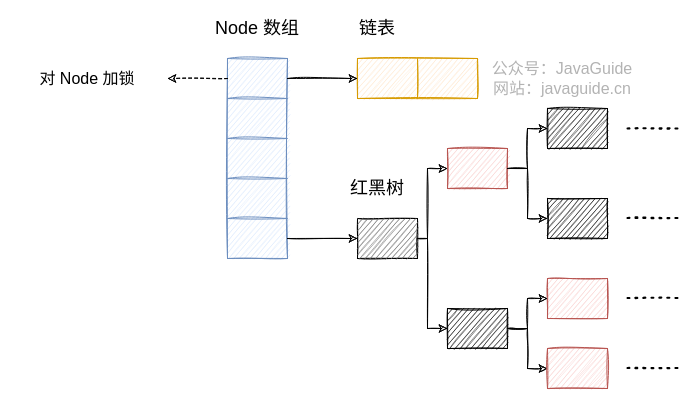
Snailclimb/JavaGuide keeps this draw.io diagram as docs/java/collection/images/java8_concurrenthashmap.drawio. Above is the earlier version. Source tidied: cells renumbered, new cells numbered last; positions are measured from the earlier drawing's top-left corner, leaving out a move shared by most shapes. Both pictures are drawn from the tidied source at 100%, with x=0, y=0 at pixel (17, 18).
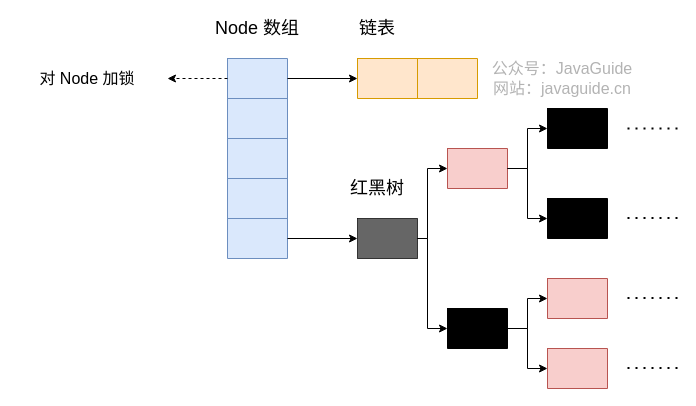
Above is the later version.

The edit, as a diff of the source:
```diff
@@
-    <mxCell id="2" style="shape=table;html=1;whiteSpace=wrap;startSize=0;childLayout=tableLayout;sketch=1;fillColor=#dae8fc;strokeColor=#6c8ebf;rounded=1;" parent="1" vertex="1">
+    <mxCell id="2" style="shape=table;html=1;whiteSpace=wrap;startSize=0;childLayout=tableLayout;sketch=0;fillColor=#dae8fc;strokeColor=#6c8ebf;rounded=1;" parent="1" vertex="1">
       <mxGeometry x="210" y="40" width="60" height="200" as="geometry" />
     </mxCell>
-    <mxCell id="3" style="shape=partialRectangle;html=1;whiteSpace=wrap;fillColor=none;top=0;left=0;bottom=0;right=0;points=[[0,0.5],[1,0.5]];portConstraint=eastwest;sketch=1;" parent="2" vertex="1">
+    <mxCell id="3" style="shape=partialRectangle;html=1;whiteSpace=wrap;fillColor=none;top=0;left=0;bottom=0;right=0;points=[[0,0.5],[1,0.5]];portConstraint=eastwest;sketch=0;" parent="2" vertex="1">
       <mxGeometry width="60" height="40" as="geometry" />
     </mxCell>
-    <mxCell id="4" style="shape=partialRectangle;html=1;whiteSpace=wrap;overflow=hidden;fillColor=none;top=0;left=0;bottom=0;right=0;sketch=1;" parent="3" vertex="1">
+    <mxCell id="4" style="shape=partialRectangle;html=1;whiteSpace=wrap;overflow=hidden;fillColor=none;top=0;left=0;bottom=0;right=0;sketch=0;" parent="3" vertex="1">
       <mxGeometry width="60" height="40" as="geometry" />
     </mxCell>
-    <mxCell id="5" style="shape=partialRectangle;html=1;whiteSpace=wrap;fillColor=none;top=0;left=0;bottom=0;right=0;sketch=1;" parent="2" vertex="1">
+    <mxCell id="5" style="shape=partialRectangle;html=1;whiteSpace=wrap;fillColor=none;top=0;left=0;bottom=0;right=0;sketch=0;" parent="2" vertex="1">
       <mxGeometry y="40" width="60" height="40" as="geometry" />
     </mxCell>
-    <mxCell id="6" style="shape=partialRectangle;html=1;whiteSpace=wrap;overflow=hidden;fillColor=none;top=0;left=0;bottom=0;right=0;sketch=1;" parent="5" vertex="1">
+    <mxCell id="6" style="shape=partialRectangle;html=1;whiteSpace=wrap;overflow=hidden;fillColor=none;top=0;left=0;bottom=0;right=0;sketch=0;" parent="5" vertex="1">
       <mxGeometry width="60" height="40" as="geometry" />
     </mxCell>
-    <mxCell id="7" style="shape=partialRectangle;html=1;whiteSpace=wrap;fillColor=none;top=0;left=0;bottom=0;right=0;sketch=1;" parent="2" vertex="1">
+    <mxCell id="7" style="shape=partialRectangle;html=1;whiteSpace=wrap;fillColor=none;top=0;left=0;bottom=0;right=0;sketch=0;" parent="2" vertex="1">
       <mxGeometry y="80" width="60" height="40" as="geometry" />
     </mxCell>
-    <mxCell id="8" style="shape=partialRectangle;html=1;whiteSpace=wrap;overflow=hidden;fillColor=none;top=0;left=0;bottom=0;right=0;sketch=1;" parent="7" vertex="1">
+    <mxCell id="8" style="shape=partialRectangle;html=1;whiteSpace=wrap;overflow=hidden;fillColor=none;top=0;left=0;bottom=0;right=0;sketch=0;" parent="7" vertex="1">
       <mxGeometry width="60" height="40" as="geometry" />
     </mxCell>
-    <mxCell id="9" style="shape=partialRectangle;html=1;whiteSpace=wrap;fillColor=none;top=0;left=0;bottom=0;right=0;sketch=1;" parent="2" vertex="1">
+    <mxCell id="9" style="shape=partialRectangle;html=1;whiteSpace=wrap;fillColor=none;top=0;left=0;bottom=0;right=0;sketch=0;" parent="2" vertex="1">
       <mxGeometry y="120" width="60" height="40" as="geometry" />
     </mxCell>
-    <mxCell id="10" style="shape=partialRectangle;html=1;whiteSpace=wrap;overflow=hidden;fillColor=none;top=0;left=0;bottom=0;right=0;sketch=1;" parent="9" vertex="1">
+    <mxCell id="10" style="shape=partialRectangle;html=1;whiteSpace=wrap;overflow=hidden;fillColor=none;top=0;left=0;bottom=0;right=0;sketch=0;" parent="9" vertex="1">
       <mxGeometry width="60" height="40" as="geometry" />
     </mxCell>
-    <mxCell id="11" style="shape=partialRectangle;html=1;whiteSpace=wrap;fillColor=none;top=0;left=0;bottom=0;right=0;points=[[0,0.5],[1,0.5]];portConstraint=eastwest;sketch=1;" parent="2" vertex="1">
+    <mxCell id="11" style="shape=partialRectangle;html=1;whiteSpace=wrap;fillColor=none;top=0;left=0;bottom=0;right=0;points=[[0,0.5],[1,0.5]];portConstraint=eastwest;sketch=0;" parent="2" vertex="1">
       <mxGeometry y="160" width="60" height="40" as="geometry" />
     </mxCell>
-    <mxCell id="12" style="shape=partialRectangle;html=1;whiteSpace=wrap;overflow=hidden;fillColor=none;top=0;left=0;bottom=0;right=0;sketch=1;" parent="11" vertex="1">
+    <mxCell id="12" style="shape=partialRectangle;html=1;whiteSpace=wrap;overflow=hidden;fillColor=none;top=0;left=0;bottom=0;right=0;sketch=0;" parent="11" vertex="1">
       <mxGeometry width="60" height="40" as="geometry" />
     </mxCell>
-    <mxCell id="13" value="&lt;font style=&quot;font-size: 18px&quot;&gt;Node 数组&lt;/font&gt;" style="text;html=1;strokeColor=none;fillColor=none;align=center;verticalAlign=middle;whiteSpace=wrap;rounded=0;sketch=1;" parent="1" vertex="1">
+    <mxCell id="13" value="&lt;font style=&quot;font-size: 18px&quot;&gt;Node 数组&lt;/font&gt;" style="text;html=1;strokeColor=none;fillColor=none;align=center;verticalAlign=middle;whiteSpace=wrap;rounded=0;sketch=0;" parent="1" vertex="1">
       <mxGeometry x="180" width="120" height="20" as="geometry" />
     </mxCell>
-    <mxCell id="14" style="shape=table;html=1;whiteSpace=wrap;startSize=0;childLayout=tableLayout;rounded=1;strokeColor=#d79b00;fillColor=#ffe6cc;sketch=1;" parent="1" vertex="1">
+    <mxCell id="14" style="shape=table;html=1;whiteSpace=wrap;startSize=0;childLayout=tableLayout;rounded=1;strokeColor=#d79b00;fillColor=#ffe6cc;sketch=0;" parent="1" vertex="1">
       <mxGeometry x="340" y="40" width="120" height="40" as="geometry" />
     </mxCell>
-    <mxCell id="15" style="shape=partialRectangle;html=1;whiteSpace=wrap;fillColor=none;top=0;left=0;bottom=0;right=0;points=[[0,0.5],[1,0.5]];portConstraint=eastwest;sketch=1;" parent="14" vertex="1">
+    <mxCell id="15" style="shape=partialRectangle;html=1;whiteSpace=wrap;fillColor=none;top=0;left=0;bottom=0;right=0;points=[[0,0.5],[1,0.5]];portConstraint=eastwest;sketch=0;" parent="14" vertex="1">
       <mxGeometry width="120" height="40" as="geometry" />
     </mxCell>
-    <mxCell id="16" style="shape=partialRectangle;html=1;whiteSpace=wrap;overflow=hidden;fillColor=none;top=0;left=0;bottom=0;right=0;sketch=1;" parent="15" vertex="1">
+    <mxCell id="16" style="shape=partialRectangle;html=1;whiteSpace=wrap;overflow=hidden;fillColor=none;top=0;left=0;bottom=0;right=0;sketch=0;" parent="15" vertex="1">
       <mxGeometry width="60" height="40" as="geometry" />
     </mxCell>
-    <mxCell id="17" style="shape=partialRectangle;html=1;whiteSpace=wrap;overflow=hidden;fillColor=none;top=0;left=0;bottom=0;right=0;sketch=1;" parent="15" vertex="1">
+    <mxCell id="17" style="shape=partialRectangle;html=1;whiteSpace=wrap;overflow=hidden;fillColor=none;top=0;left=0;bottom=0;right=0;sketch=0;" parent="15" vertex="1">
       <mxGeometry x="60" width="60" height="40" as="geometry" />
     </mxCell>
-    <mxCell id="18" style="edgeStyle=orthogonalEdgeStyle;rounded=0;jettySize=auto;html=1;entryX=0;entryY=0.5;entryDx=0;entryDy=0;sketch=1;" parent="1" edge="1" source="3" target="15">
+    <mxCell id="18" style="edgeStyle=orthogonalEdgeStyle;rounded=0;jettySize=auto;html=1;entryX=0;entryY=0.5;entryDx=0;entryDy=0;sketch=0;" parent="1" edge="1" source="3" target="15">
       <mxGeometry relative="1" as="geometry" />
     </mxCell>
-    <mxCell id="19" style="shape=table;html=1;whiteSpace=wrap;startSize=0;childLayout=tableLayout;rounded=1;fillColor=#f5f5f5;sketch=1;fontColor=#333333;" parent="1" vertex="1">
+    <mxCell id="19" style="shape=table;html=1;whiteSpace=wrap;startSize=0;childLayout=tableLayout;rounded=1;fillColor=#f5f5f5;sketch=0;fontColor=#333333;" parent="1" vertex="1">
       <mxGeometry x="340" y="200" width="60" height="40" as="geometry" />
     </mxCell>
-    <mxCell id="20" style="shape=partialRectangle;html=1;whiteSpace=wrap;fillColor=none;top=0;left=0;bottom=0;right=0;points=[[0,0.5],[1,0.5]];portConstraint=eastwest;sketch=1;" parent="19" vertex="1">
+    <mxCell id="20" style="shape=partialRectangle;html=1;whiteSpace=wrap;fillColor=none;top=0;left=0;bottom=0;right=0;points=[[0,0.5],[1,0.5]];portConstraint=eastwest;sketch=0;" parent="19" vertex="1">
       <mxGeometry width="60" height="40" as="geometry" />
     </mxCell>
-    <mxCell id="21" style="shape=partialRectangle;html=1;whiteSpace=wrap;overflow=hidden;top=0;left=0;bottom=0;right=0;sketch=1;fillColor=#666666;" parent="20" vertex="1">
+    <mxCell id="21" style="shape=partialRectangle;html=1;whiteSpace=wrap;overflow=hidden;top=0;left=0;bottom=0;right=0;sketch=0;fillColor=#666666;" parent="20" vertex="1">
       <mxGeometry width="60" height="40" as="geometry" />
     </mxCell>
-    <mxCell id="22" style="edgeStyle=orthogonalEdgeStyle;rounded=0;jettySize=auto;html=1;sketch=1;" parent="1" edge="1" source="11" target="19">
+    <mxCell id="22" style="edgeStyle=orthogonalEdgeStyle;rounded=0;jettySize=auto;html=1;sketch=0;" parent="1" edge="1" source="11" target="19">
       <mxGeometry relative="1" as="geometry" />
     </mxCell>
-    <mxCell id="23" value="&lt;font style=&quot;font-size: 18px&quot;&gt;链表&lt;/font&gt;" style="text;html=1;strokeColor=none;fillColor=none;align=center;verticalAlign=middle;whiteSpace=wrap;rounded=0;sketch=1;" parent="1" vertex="1">
+    <mxCell id="23" value="&lt;font style=&quot;font-size: 18px&quot;&gt;链表&lt;/font&gt;" style="text;html=1;strokeColor=none;fillColor=none;align=center;verticalAlign=middle;whiteSpace=wrap;rounded=0;sketch=0;" parent="1" vertex="1">
       <mxGeometry x="340" width="40" height="20" as="geometry" />
     </mxCell>
-    <mxCell id="24" value="公众号：JavaGuide&lt;br style=&quot;font-size: 16px;&quot;&gt;网站：javaguide.cn" style="text;html=1;strokeColor=none;fillColor=none;align=center;verticalAlign=middle;whiteSpace=wrap;rounded=0;labelBackgroundColor=none;fontSize=16;fontColor=#B3B3B3;rotation=0;sketch=1;shadow=0;" parent="1" vertex="1">
+    <mxCell id="24" value="公众号：JavaGuide&lt;br style=&quot;font-size: 16px;&quot;&gt;网站：javaguide.cn" style="text;html=1;strokeColor=none;fillColor=none;align=center;verticalAlign=middle;whiteSpace=wrap;rounded=0;labelBackgroundColor=none;fontSize=16;fontColor=#B3B3B3;rotation=0;sketch=0;shadow=0;" parent="1" vertex="1">
       <mxGeometry x="460" y="55" width="170" height="10" as="geometry" />
     </mxCell>
-    <mxCell id="25" style="shape=table;html=1;whiteSpace=wrap;startSize=0;childLayout=tableLayout;rounded=1;sketch=1;fillColor=#000000;" parent="1" vertex="1">
+    <mxCell id="25" style="shape=table;html=1;whiteSpace=wrap;startSize=0;childLayout=tableLayout;rounded=1;sketch=0;fillColor=#000000;" parent="1" vertex="1">
       <mxGeometry x="530" y="180" width="60" height="40" as="geometry" />
     </mxCell>
-    <mxCell id="26" style="shape=partialRectangle;html=1;whiteSpace=wrap;fillColor=none;top=0;left=0;bottom=0;right=0;points=[[0,0.5],[1,0.5]];portConstraint=eastwest;sketch=1;" parent="25" vertex="1">
+    <mxCell id="26" style="shape=partialRectangle;html=1;whiteSpace=wrap;fillColor=none;top=0;left=0;bottom=0;right=0;points=[[0,0.5],[1,0.5]];portConstraint=eastwest;sketch=0;" parent="25" vertex="1">
       <mxGeometry width="60" height="40" as="geometry" />
     </mxCell>
-    <mxCell id="27" style="shape=partialRectangle;html=1;whiteSpace=wrap;overflow=hidden;fillColor=none;top=0;left=0;bottom=0;right=0;sketch=1;" parent="26" vertex="1">
+    <mxCell id="27" style="shape=partialRectangle;html=1;whiteSpace=wrap;overflow=hidden;fillColor=none;top=0;left=0;bottom=0;right=0;sketch=0;" parent="26" vertex="1">
       <mxGeometry width="60" height="40" as="geometry" />
     </mxCell>
-    <mxCell id="28" style="shape=table;html=1;whiteSpace=wrap;startSize=0;childLayout=tableLayout;rounded=1;strokeColor=#b85450;fillColor=#f8cecc;sketch=1;" parent="1" vertex="1">
+    <mxCell id="28" style="shape=table;html=1;whiteSpace=wrap;startSize=0;childLayout=tableLayout;rounded=1;strokeColor=#b85450;fillColor=#f8cecc;sketch=0;" parent="1" vertex="1">
       <mxGeometry x="530" y="260" width="60" height="40" as="geometry" />
     </mxCell>
-    <mxCell id="29" style="shape=partialRectangle;html=1;whiteSpace=wrap;fillColor=none;top=0;left=0;bottom=0;right=0;points=[[0,0.5],[1,0.5]];portConstraint=eastwest;sketch=1;" parent="28" vertex="1">
+    <mxCell id="29" style="shape=partialRectangle;html=1;whiteSpace=wrap;fillColor=none;top=0;left=0;bottom=0;right=0;points=[[0,0.5],[1,0.5]];portConstraint=eastwest;sketch=0;" parent="28" vertex="1">
       <mxGeometry width="60" height="40" as="geometry" />
     </mxCell>
-    <mxCell id="30" style="shape=partialRectangle;html=1;whiteSpace=wrap;overflow=hidden;fillColor=none;top=0;left=0;bottom=0;right=0;sketch=1;" parent="29" vertex="1">
+    <mxCell id="30" style="shape=partialRectangle;html=1;whiteSpace=wrap;overflow=hidden;fillColor=none;top=0;left=0;bottom=0;right=0;sketch=0;" parent="29" vertex="1">
       <mxGeometry width="60" height="40" as="geometry" />
     </mxCell>
-    <mxCell id="31" style="shape=table;html=1;whiteSpace=wrap;startSize=0;childLayout=tableLayout;rounded=1;sketch=1;fillColor=#000000;" parent="1" vertex="1">
+    <mxCell id="31" style="shape=table;html=1;whiteSpace=wrap;startSize=0;childLayout=tableLayout;rounded=1;sketch=0;fillColor=#000000;" parent="1" vertex="1">
       <mxGeometry x="430" y="290" width="60" height="40" as="geometry" />
     </mxCell>
-    <mxCell id="32" style="shape=partialRectangle;html=1;whiteSpace=wrap;fillColor=none;top=0;left=0;bottom=0;right=0;points=[[0,0.5],[1,0.5]];portConstraint=eastwest;sketch=1;" parent="31" vertex="1">
+    <mxCell id="32" style="shape=partialRectangle;html=1;whiteSpace=wrap;fillColor=none;top=0;left=0;bottom=0;right=0;points=[[0,0.5],[1,0.5]];portConstraint=eastwest;sketch=0;" parent="31" vertex="1">
       <mxGeometry width="60" height="40" as="geometry" />
     </mxCell>
-    <mxCell id="33" style="shape=partialRectangle;html=1;whiteSpace=wrap;overflow=hidden;fillColor=none;top=0;left=0;bottom=0;right=0;sketch=1;" parent="32" vertex="1">
+    <mxCell id="33" style="shape=partialRectangle;html=1;whiteSpace=wrap;overflow=hidden;fillColor=none;top=0;left=0;bottom=0;right=0;sketch=0;" parent="32" vertex="1">
       <mxGeometry width="60" height="40" as="geometry" />
     </mxCell>
-    <mxCell id="34" style="shape=table;html=1;whiteSpace=wrap;startSize=0;childLayout=tableLayout;rounded=1;strokeColor=#000000;sketch=1;fontColor=#333333;fillColor=#000000;" parent="1" vertex="1">
+    <mxCell id="34" style="shape=table;html=1;whiteSpace=wrap;startSize=0;childLayout=tableLayout;rounded=1;strokeColor=#000000;sketch=0;fontColor=#333333;fillColor=#000000;" parent="1" vertex="1">
       <mxGeometry x="530" y="90" width="60" height="40" as="geometry" />
     </mxCell>
-    <mxCell id="35" style="shape=partialRectangle;html=1;whiteSpace=wrap;fillColor=none;top=0;left=0;bottom=0;right=0;points=[[0,0.5],[1,0.5]];portConstraint=eastwest;sketch=1;" parent="34" vertex="1">
+    <mxCell id="35" style="shape=partialRectangle;html=1;whiteSpace=wrap;fillColor=none;top=0;left=0;bottom=0;right=0;points=[[0,0.5],[1,0.5]];portConstraint=eastwest;sketch=0;" parent="34" vertex="1">
       <mxGeometry width="60" height="40" as="geometry" />
     </mxCell>
-    <mxCell id="36" style="shape=partialRectangle;html=1;whiteSpace=wrap;overflow=hidden;fillColor=none;top=0;left=0;bottom=0;right=0;sketch=1;" parent="35" vertex="1">
+    <mxCell id="36" style="shape=partialRectangle;html=1;whiteSpace=wrap;overflow=hidden;fillColor=none;top=0;left=0;bottom=0;right=0;sketch=0;" parent="35" vertex="1">
       <mxGeometry width="60" height="40" as="geometry" />
     </mxCell>
-    <mxCell id="37" style="endArrow=none;dashed=1;html=1;dashPattern=1 3;strokeWidth=2;sketch=1;" parent="1" edge="1">
+    <mxCell id="37" style="endArrow=none;dashed=1;html=1;dashPattern=1 3;strokeWidth=2;sketch=0;" parent="1" edge="1">
       <mxGeometry relative="1" as="geometry">
         <mxPoint x="610" y="110" as="sourcePoint" />
         <mxPoint x="660" y="110" as="targetPoint" />
       </mxGeometry>
     </mxCell>
-    <mxCell id="38" style="endArrow=none;dashed=1;html=1;dashPattern=1 3;strokeWidth=2;sketch=1;" parent="1" edge="1">
+    <mxCell id="38" style="endArrow=none;dashed=1;html=1;dashPattern=1 3;strokeWidth=2;sketch=0;" parent="1" edge="1">
       <mxGeometry relative="1" as="geometry">
         <mxPoint x="610" y="199.5" as="sourcePoint" />
         <mxPoint x="660" y="199.5" as="targetPoint" />
       </mxGeometry>
     </mxCell>
-    <mxCell id="39" style="endArrow=none;dashed=1;html=1;dashPattern=1 3;strokeWidth=2;sketch=1;" parent="1" edge="1">
+    <mxCell id="39" style="endArrow=none;dashed=1;html=1;dashPattern=1 3;strokeWidth=2;sketch=0;" parent="1" edge="1">
       <mxGeometry relative="1" as="geometry">
         <mxPoint x="610" y="279.5" as="sourcePoint" />
         <mxPoint x="660" y="279.5" as="targetPoint" />
       </mxGeometry>
     </mxCell>
-    <mxCell id="40" style="endArrow=none;dashed=1;html=1;dashPattern=1 3;strokeWidth=2;sketch=1;" parent="1" edge="1">
+    <mxCell id="40" style="endArrow=none;dashed=1;html=1;dashPattern=1 3;strokeWidth=2;sketch=0;" parent="1" edge="1">
       <mxGeometry relative="1" as="geometry">
         <mxPoint x="610" y="349.5" as="sourcePoint" />
         <mxPoint x="660" y="349.5" as="targetPoint" />
       </mxGeometry>
     </mxCell>
-    <mxCell id="41" style="edgeStyle=orthogonalEdgeStyle;rounded=0;jettySize=auto;html=1;entryX=0;entryY=0.5;entryDx=0;entryDy=0;sketch=1;" parent="1" edge="1" source="20" target="44">
+    <mxCell id="41" style="edgeStyle=orthogonalEdgeStyle;rounded=0;jettySize=auto;html=1;entryX=0;entryY=0.5;entryDx=0;entryDy=0;sketch=0;" parent="1" edge="1" source="20" target="44">
       <mxGeometry relative="1" as="geometry">
         <Array as="points">
           <mxPoint x="410" y="220" />
           <mxPoint x="410" y="150" />
         </Array>
       </mxGeometry>
     </mxCell>
-    <mxCell id="42" style="edgeStyle=orthogonalEdgeStyle;rounded=0;jettySize=auto;html=1;entryX=0;entryY=0.5;entryDx=0;entryDy=0;sketch=1;" parent="1" edge="1" source="20" target="31">
+    <mxCell id="42" style="edgeStyle=orthogonalEdgeStyle;rounded=0;jettySize=auto;html=1;entryX=0;entryY=0.5;entryDx=0;entryDy=0;sketch=0;" parent="1" edge="1" source="20" target="31">
       <mxGeometry relative="1" as="geometry">
         <Array as="points">
           <mxPoint x="410" y="220" />
           <mxPoint x="410" y="310" />
         </Array>
       </mxGeometry>
     </mxCell>
-    <mxCell id="43" style="shape=table;html=1;whiteSpace=wrap;startSize=0;childLayout=tableLayout;rounded=1;strokeColor=#b85450;fillColor=#f8cecc;sketch=1;" parent="1" vertex="1">
+    <mxCell id="43" style="shape=table;html=1;whiteSpace=wrap;startSize=0;childLayout=tableLayout;rounded=1;strokeColor=#b85450;fillColor=#f8cecc;sketch=0;" parent="1" vertex="1">
       <mxGeometry x="430" y="130" width="60" height="40" as="geometry" />
     </mxCell>
-    <mxCell id="44" style="shape=partialRectangle;html=1;whiteSpace=wrap;fillColor=none;top=0;left=0;bottom=0;right=0;points=[[0,0.5],[1,0.5]];portConstraint=eastwest;sketch=1;" parent="43" vertex="1">
+    <mxCell id="44" style="shape=partialRectangle;html=1;whiteSpace=wrap;fillColor=none;top=0;left=0;bottom=0;right=0;points=[[0,0.5],[1,0.5]];portConstraint=eastwest;sketch=0;" parent="43" vertex="1">
       <mxGeometry width="60" height="40" as="geometry" />
     </mxCell>
-    <mxCell id="45" style="shape=partialRectangle;html=1;whiteSpace=wrap;overflow=hidden;fillColor=none;top=0;left=0;bottom=0;right=0;sketch=1;" parent="44" vertex="1">
+    <mxCell id="45" style="shape=partialRectangle;html=1;whiteSpace=wrap;overflow=hidden;fillColor=none;top=0;left=0;bottom=0;right=0;sketch=0;" parent="44" vertex="1">
       <mxGeometry width="60" height="40" as="geometry" />
     </mxCell>
-    <mxCell id="46" style="edgeStyle=orthogonalEdgeStyle;rounded=0;jettySize=auto;html=1;entryX=0;entryY=0.5;entryDx=0;entryDy=0;sketch=1;" parent="1" edge="1" source="44" target="35">
+    <mxCell id="46" style="edgeStyle=orthogonalEdgeStyle;rounded=0;jettySize=auto;html=1;entryX=0;entryY=0.5;entryDx=0;entryDy=0;sketch=0;" parent="1" edge="1" source="44" target="35">
       <mxGeometry relative="1" as="geometry" />
     </mxCell>
-    <mxCell id="47" style="edgeStyle=orthogonalEdgeStyle;rounded=0;jettySize=auto;html=1;sketch=1;" parent="1" edge="1" source="44" target="26">
+    <mxCell id="47" style="edgeStyle=orthogonalEdgeStyle;rounded=0;jettySize=auto;html=1;sketch=0;" parent="1" edge="1" source="44" target="26">
       <mxGeometry relative="1" as="geometry" />
     </mxCell>
-    <mxCell id="48" style="edgeStyle=orthogonalEdgeStyle;rounded=0;jettySize=auto;html=1;entryX=0;entryY=0.5;entryDx=0;entryDy=0;sketch=1;" parent="1" edge="1" source="32" target="29">
+    <mxCell id="48" style="edgeStyle=orthogonalEdgeStyle;rounded=0;jettySize=auto;html=1;entryX=0;entryY=0.5;entryDx=0;entryDy=0;sketch=0;" parent="1" edge="1" source="32" target="29">
       <mxGeometry relative="1" as="geometry">
         <Array as="points">
           <mxPoint x="510" y="310" />
           <mxPoint x="510" y="280" />
         </Array>
       </mxGeometry>
     </mxCell>
-    <mxCell id="49" style="edgeStyle=orthogonalEdgeStyle;rounded=0;jettySize=auto;html=1;sketch=1;" parent="1" edge="1" source="32" target="51">
+    <mxCell id="49" style="edgeStyle=orthogonalEdgeStyle;rounded=0;jettySize=auto;html=1;sketch=0;" parent="1" edge="1" source="32" target="51">
       <mxGeometry relative="1" as="geometry" />
     </mxCell>
-    <mxCell id="50" style="shape=table;html=1;whiteSpace=wrap;startSize=0;childLayout=tableLayout;rounded=1;strokeColor=#b85450;fillColor=#f8cecc;sketch=1;" parent="1" vertex="1">
+    <mxCell id="50" style="shape=table;html=1;whiteSpace=wrap;startSize=0;childLayout=tableLayout;rounded=1;strokeColor=#b85450;fillColor=#f8cecc;sketch=0;" parent="1" vertex="1">
       <mxGeometry x="530" y="330" width="60" height="40" as="geometry" />
     </mxCell>
-    <mxCell id="51" style="shape=partialRectangle;html=1;whiteSpace=wrap;fillColor=none;top=0;left=0;bottom=0;right=0;points=[[0,0.5],[1,0.5]];portConstraint=eastwest;sketch=1;" parent="50" vertex="1">
+    <mxCell id="51" style="shape=partialRectangle;html=1;whiteSpace=wrap;fillColor=none;top=0;left=0;bottom=0;right=0;points=[[0,0.5],[1,0.5]];portConstraint=eastwest;sketch=0;" parent="50" vertex="1">
       <mxGeometry width="60" height="40" as="geometry" />
     </mxCell>
-    <mxCell id="52" style="shape=partialRectangle;html=1;whiteSpace=wrap;overflow=hidden;fillColor=none;top=0;left=0;bottom=0;right=0;sketch=1;" parent="51" vertex="1">
+    <mxCell id="52" style="shape=partialRectangle;html=1;whiteSpace=wrap;overflow=hidden;fillColor=none;top=0;left=0;bottom=0;right=0;sketch=0;" parent="51" vertex="1">
       <mxGeometry width="60" height="40" as="geometry" />
     </mxCell>
-    <mxCell id="53" value="&lt;span style=&quot;font-size: 18px&quot;&gt;红黑树&lt;/span&gt;" style="text;html=1;strokeColor=none;fillColor=none;align=center;verticalAlign=middle;whiteSpace=wrap;rounded=0;sketch=1;" parent="1" vertex="1">
+    <mxCell id="53" value="&lt;span style=&quot;font-size: 18px&quot;&gt;红黑树&lt;/span&gt;" style="text;html=1;strokeColor=none;fillColor=none;align=center;verticalAlign=middle;whiteSpace=wrap;rounded=0;sketch=0;" parent="1" vertex="1">
       <mxGeometry x="330" y="160" width="60" height="20" as="geometry" />
     </mxCell>
-    <mxCell id="54" value="对 Node 加锁" style="text;html=1;strokeColor=none;fillColor=none;align=center;verticalAlign=middle;whiteSpace=wrap;rounded=0;fontSize=16;" parent="1" vertex="1">
+    <mxCell id="54" value="对 Node 加锁" style="text;html=1;strokeColor=none;fillColor=none;align=center;verticalAlign=middle;whiteSpace=wrap;rounded=0;fontSize=16;sketch=0;" parent="1" vertex="1">
       <mxGeometry y="50" width="140" height="20" as="geometry" />
     </mxCell>
-    <mxCell id="55" style="edgeStyle=orthogonalEdgeStyle;rounded=0;orthogonalLoop=1;jettySize=auto;html=1;sketch=1;dashed=1;" parent="1" edge="1">
+    <mxCell id="55" style="edgeStyle=orthogonalEdgeStyle;rounded=0;orthogonalLoop=1;jettySize=auto;html=1;sketch=0;dashed=1;" parent="1" edge="1">
       <mxGeometry relative="1" as="geometry">
         <mxPoint x="210" y="60" as="sourcePoint" />
         <mxPoint x="150" y="60" as="targetPoint" />
       </mxGeometry>
     </mxCell>
```
